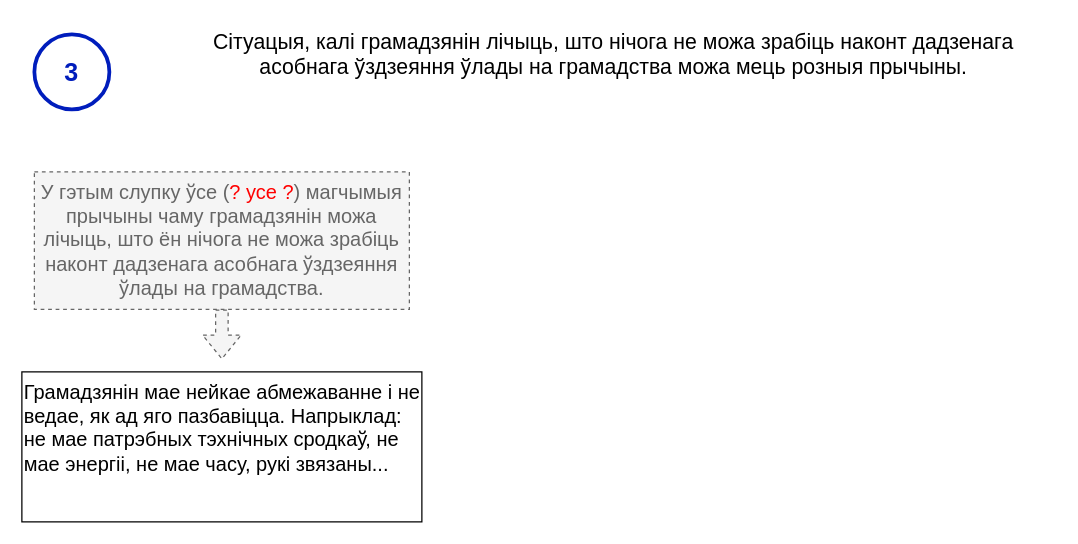
The draw.io diagram page "нататка-3" (4 of 7) of current-reality-tree/Дрэва цяперашняй рэальнасці.drawio in mshurkaeu-public/i-care.by, before the edit. Source tidied: cells renumbered, new cells numbered last; positions are measured from the earlier drawing's top-left corner, leaving out a move shared by most shapes. Both pictures are drawn from the tidied source at 125%, with x=0, y=0 at pixel (21, 21).
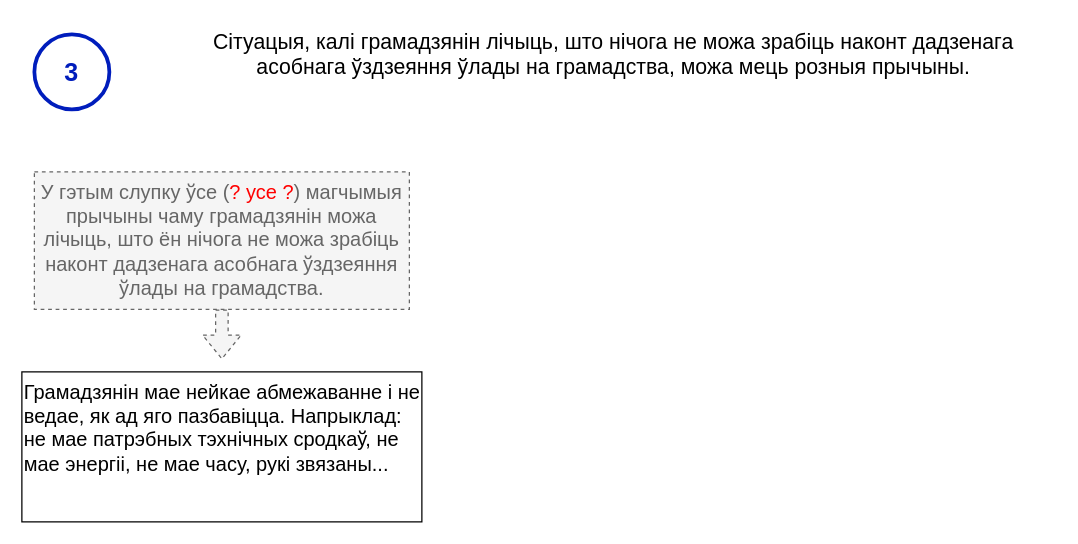
The same page after the edit.

Diff of the diagram source:
```diff
@@
 <mxGraphModel>
   <root>
     <mxCell id="0" />
     <mxCell id="1" parent="0" />
-    <mxCell id="2" value="Сітуацыя, калі грамадзянін лічыць, што нічога не можа зрабіць наконт дадзенага асобнага ўздзеяння ўлады на грамадства можа мець розныя прычыны." style="text;html=1;strokeColor=none;fillColor=none;align=center;verticalAlign=top;whiteSpace=wrap;rounded=0;fontSize=17;" parent="1" vertex="1">
+    <mxCell id="2" value="Сітуацыя, калі грамадзянін лічыць, што нічога не можа зрабіць наконт дадзенага асобнага ўздзеяння ўлады на грамадства, можа мець розныя прычыны." style="text;html=1;strokeColor=none;fillColor=none;align=center;verticalAlign=top;whiteSpace=wrap;rounded=0;fontSize=17;" parent="1" vertex="1">
       <mxGeometry x="120" width="707" height="80" as="geometry" />
     </mxCell>
     <mxCell id="3" style="verticalLabelPosition=bottom;verticalAlign=top;html=1;shape=mxgraph.flowchart.on-page_reference;strokeWidth=3;fillColor=none;fontColor=#ffffff;strokeColor=#001DBC;comic=0;" parent="1" vertex="1">
       <mxGeometry x="10" y="10" width="60" height="60" as="geometry" />
     </mxCell>
     <mxCell id="4" value="3" style="text;html=1;strokeColor=none;fillColor=none;align=center;verticalAlign=middle;whiteSpace=wrap;rounded=0;fontColor=#001DBC;fontSize=20;fontStyle=1;" parent="1" vertex="1">
       <mxGeometry x="10" y="25" width="60" height="30" as="geometry" />
     </mxCell>
     <mxCell id="5" value="У гэтым слупку ўсе (&lt;font color=&quot;#ff0000&quot;&gt;? усе ?&lt;/font&gt;) магчымыя прычыны чаму грамадзянін можа лічыць, што ён нічога не можа зрабіць наконт дадзенага асобнага ўздзеяння ўлады на грамадства." style="text;html=1;strokeColor=#666666;fillColor=#f5f5f5;align=center;verticalAlign=top;whiteSpace=wrap;rounded=0;fontSize=16;fontColor=#666666;dashed=1;rotation=0;" parent="1" vertex="1">
       <mxGeometry x="10" y="120" width="300" height="110" as="geometry" />
     </mxCell>
     <mxCell id="6" style="shape=flexArrow;endArrow=classic;html=1;rounded=0;exitX=0.5;exitY=1;exitDx=0;exitDy=0;fillColor=#f5f5f5;strokeColor=#666666;dashed=1;" parent="1" edge="1" source="5">
       <mxGeometry relative="1" as="geometry">
         <mxPoint x="160" y="270" as="targetPoint" />
       </mxGeometry>
     </mxCell>
     <mxCell id="7" value="Грамадзянін мае нейкае абмежаванне і не ведае, як ад яго пазбавіцца. Напрыклад: не мае патрэбных тэхнічных сродкаў, не мае энергіі, не мае часу, рукі звязаны..." style="text;html=1;align=left;verticalAlign=top;whiteSpace=wrap;rounded=0;fontSize=16;strokeColor=default;rotation=0;" parent="1" vertex="1">
       <mxGeometry y="280" width="320" height="120" as="geometry" />
     </mxCell>
   </root>
 </mxGraphModel>
```
